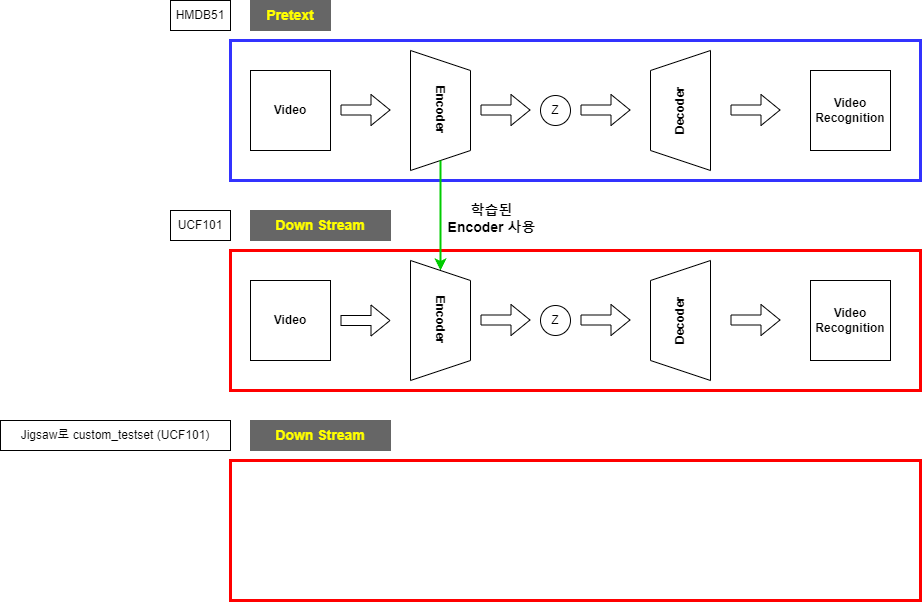
Above: 연구주제.drawio.png in Kyoungrae-Noh/Self-Supervised-Learning (draw.io), before the change. Source tidied: cells renumbered, new cells last; positions are measured from the earlier drawing's top-left corner, leaving out a move shared by most shapes.
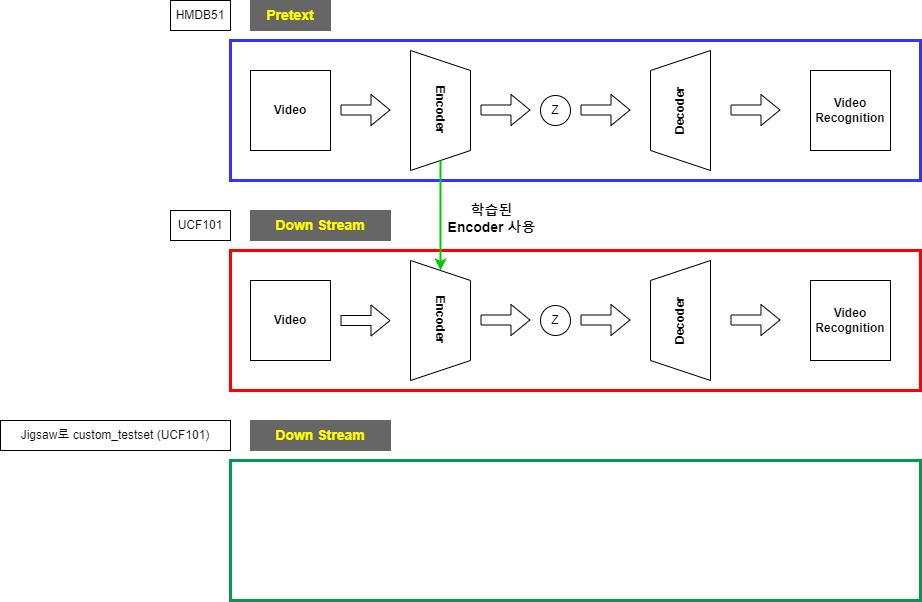
Above is the later version.

Commit message:
연구주제.drawio.png 업데이트

Diff of the diagram source:
```diff
@@ -105,7 +105,7 @@
     <mxCell id="26" value="&lt;b&gt;&lt;font color=&quot;#ffff00&quot; style=&quot;font-size: 14px;&quot;&gt;Down Stream&lt;/font&gt;&lt;/b&gt;" style="rounded=0;whiteSpace=wrap;html=1;fillColor=#666666;strokeColor=#666666;" parent="1" vertex="1">
       <mxGeometry x="250" y="420" width="140" height="30" as="geometry" />
     </mxCell>
-    <mxCell id="27" style="rounded=0;whiteSpace=wrap;html=1;strokeColor=#FF0000;strokeWidth=3;fontColor=#3333FF;fillColor=none;labelBackgroundColor=#FFFFFF;" parent="1" vertex="1">
+    <mxCell id="27" style="rounded=0;whiteSpace=wrap;html=1;strokeColor=#00994D;strokeWidth=3;fontColor=#3333FF;fillColor=none;labelBackgroundColor=#FFFFFF;" parent="1" vertex="1">
       <mxGeometry x="230" y="460" width="690" height="140" as="geometry" />
     </mxCell>
     <mxCell id="28" value="HMDB51" style="whiteSpace=wrap;html=1;" parent="1" vertex="1">
```
